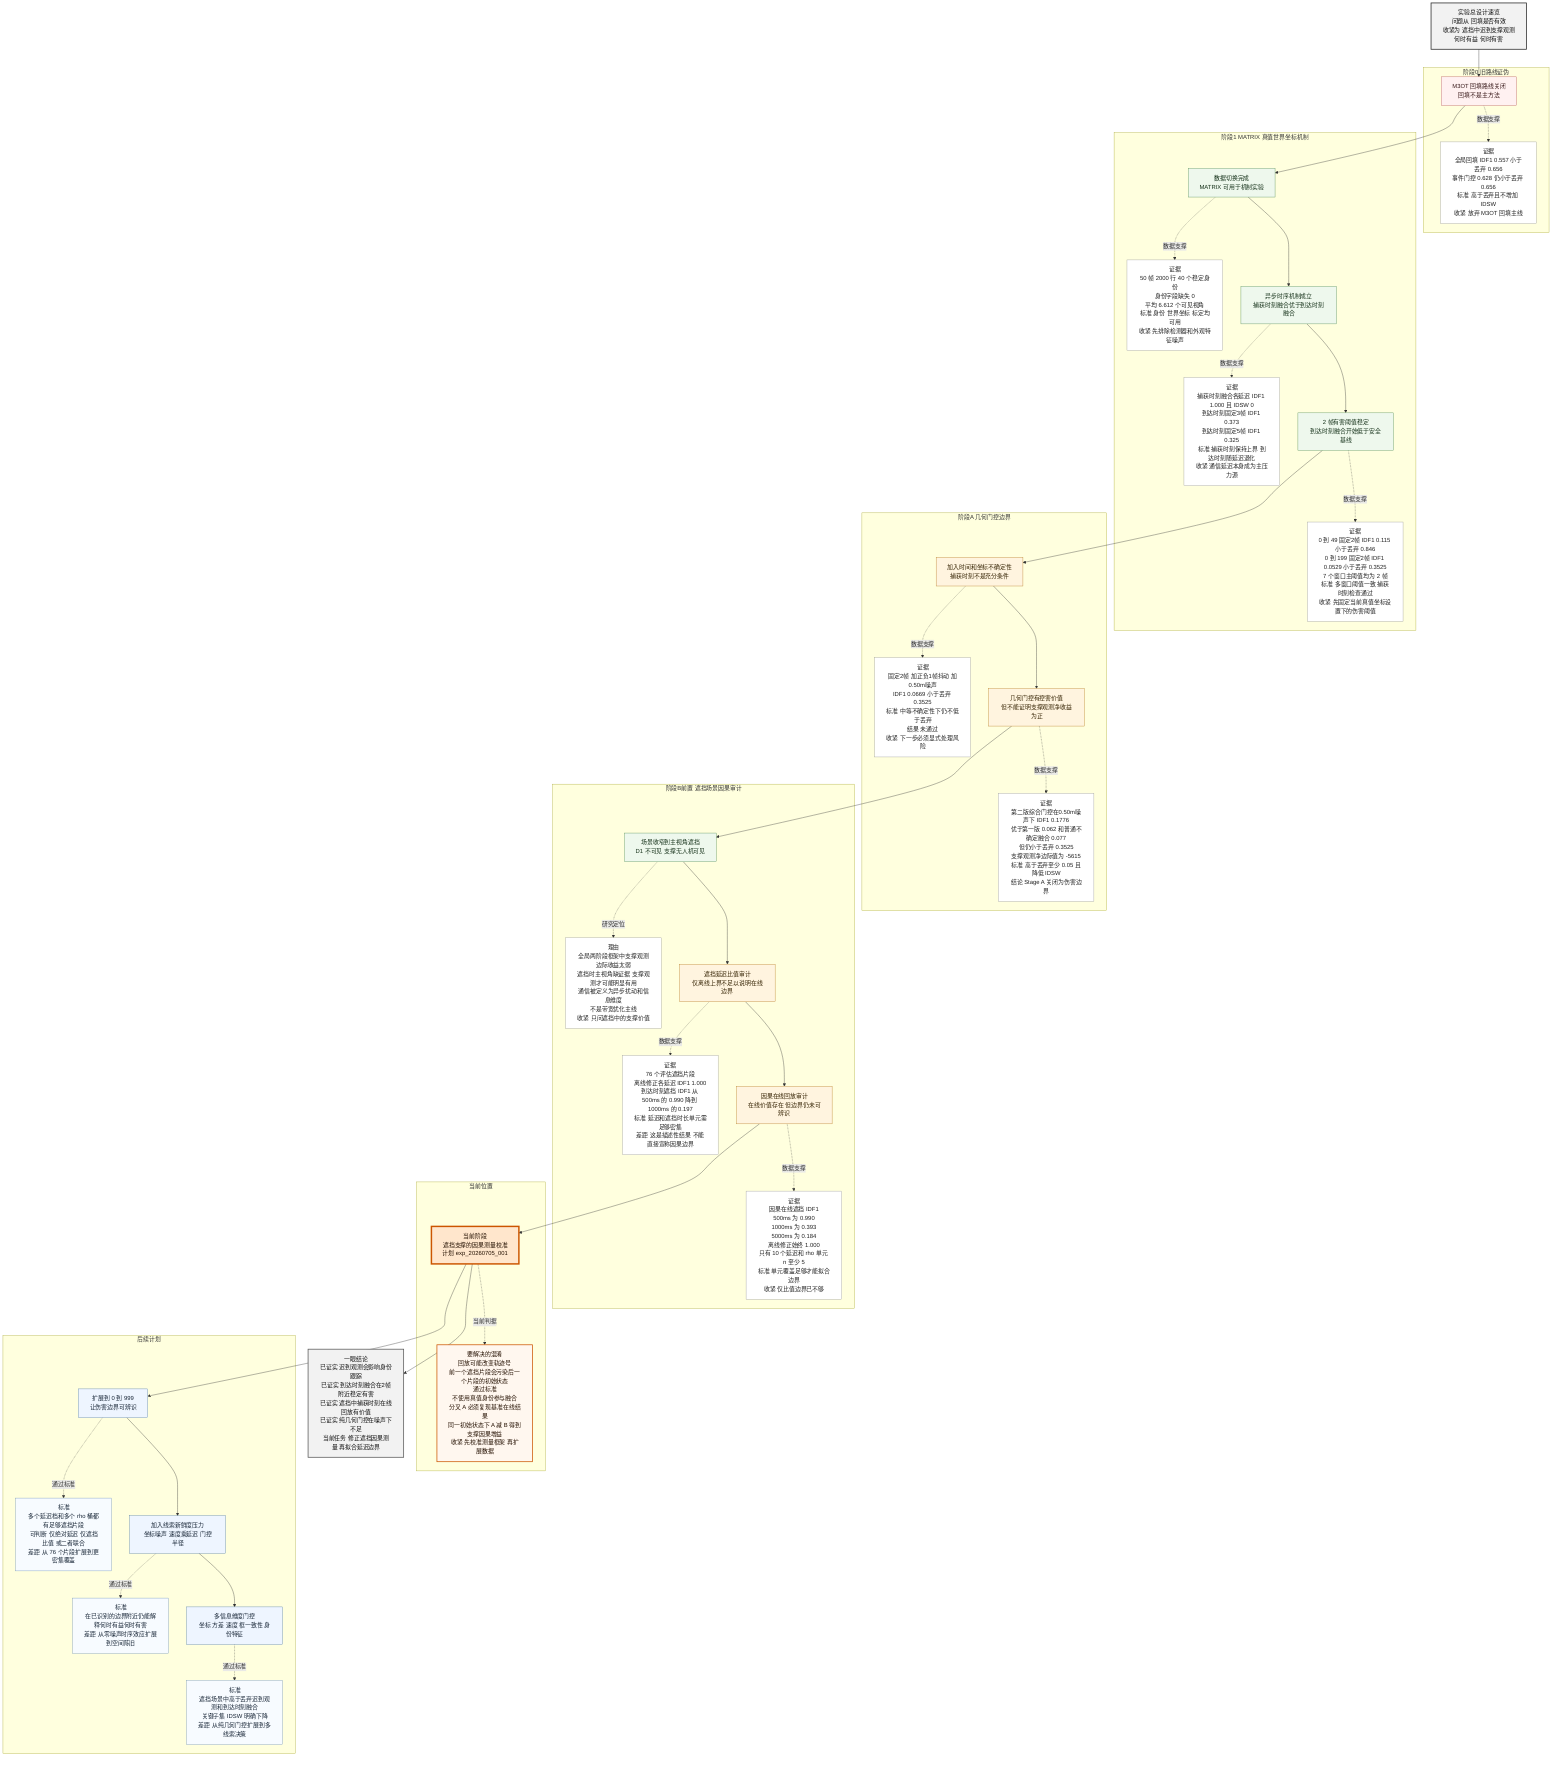
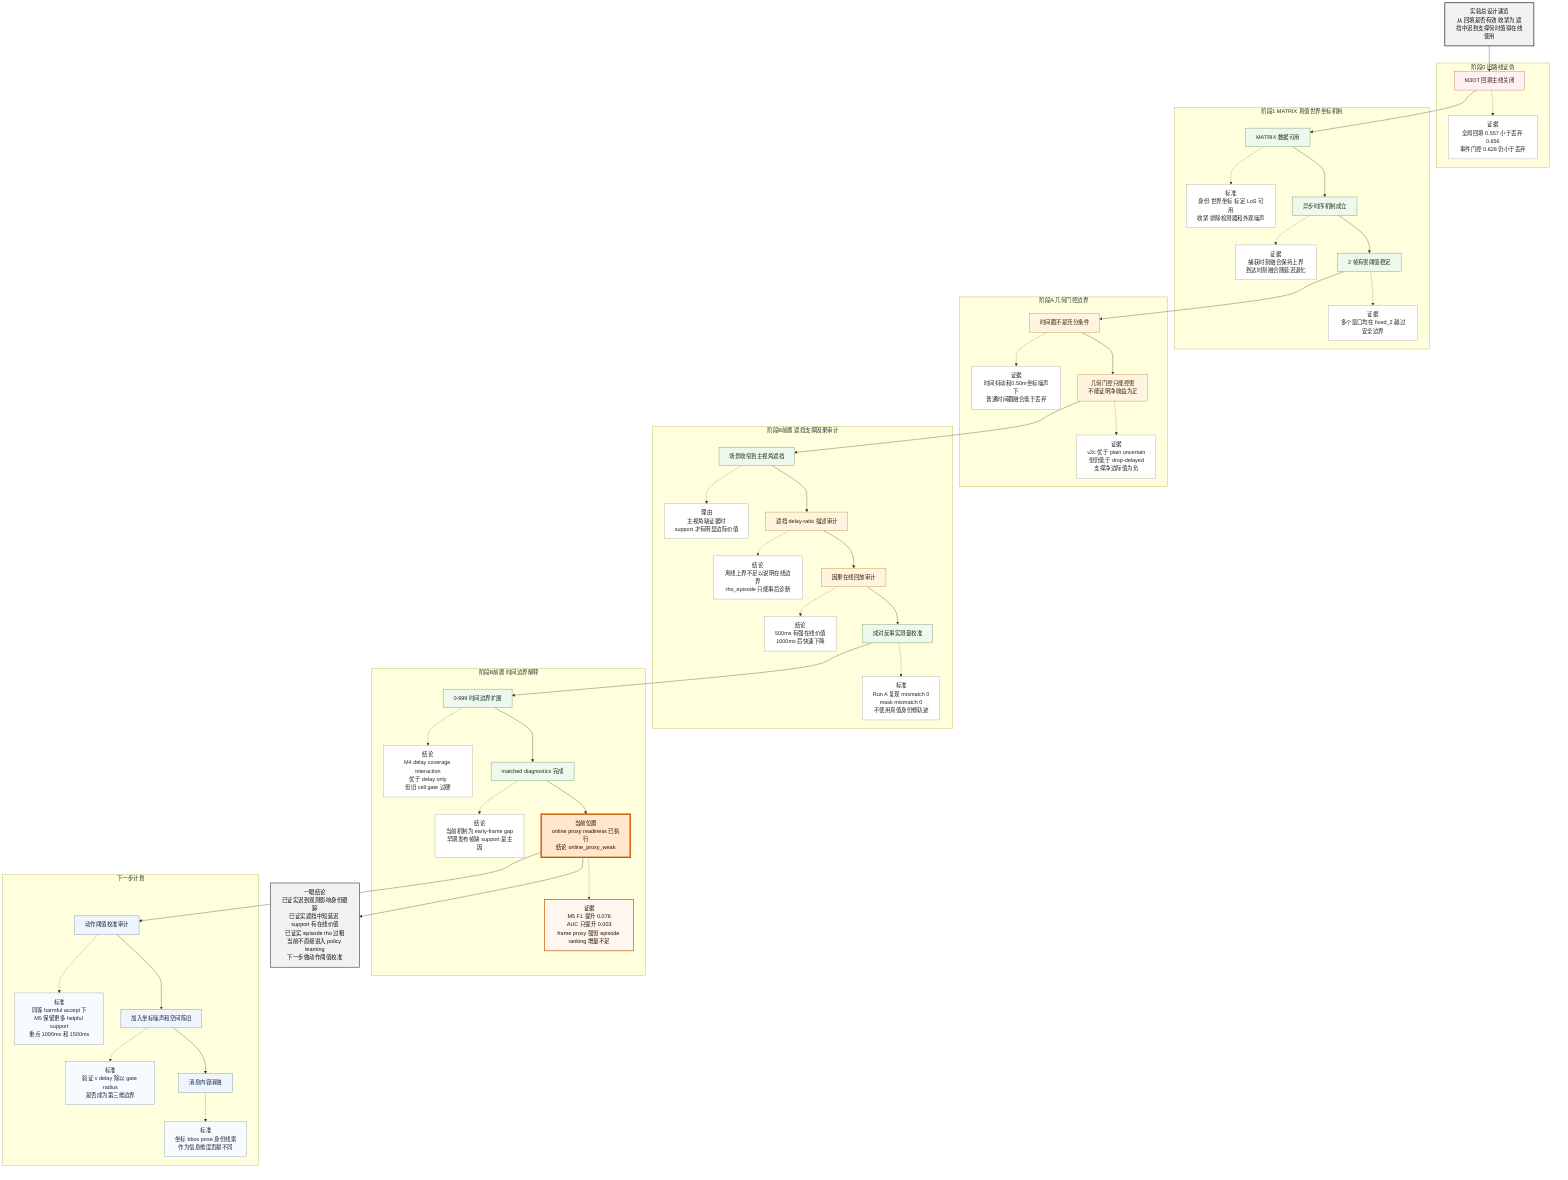
flowchart TD
-     TITLE["实验总设计速览<br>问题从 回填是否有效<br>收紧为 遮挡中迟到支撑观测何时有益 何时有害"]:::title
+     TITLE["实验总设计速览<br>从 回填是否有效 收紧为 遮挡中迟到支撑何时值得在线使用"]:::title

    TITLE --> S0

    subgraph G0["阶段0 旧路线证伪"]
-         S0["M3OT 回填路线关闭<br>回填不是主方法"]:::fail
-         E0["证据<br>全局回填 IDF1 0.557 小于丢弃 0.656<br>事件门控 0.628 仍小于丢弃 0.656<br>标准 高于丢弃且不增加 IDSW<br>收紧 放弃 M3OT 回填主线"]:::evidence
-         S0 -. 数据支撑 .-> E0
+         S0["M3OT 回填主线关闭"]:::fail
+         E0["证据<br>全局回填 0.557 小于丢弃 0.656<br>事件门控 0.628 仍小于丢弃"]:::evidence
+         S0 -.-> E0
    end

    S0 --> S1

    subgraph G1["阶段1 MATRIX 真值世界坐标机制"]
-         S1["数据切换完成<br>MATRIX 可用于机制实验"]:::pass
-         E1["证据<br>50 帧 2000 行 40 个稳定身份<br>身份字段缺失 0<br>平均 6.612 个可见视角<br>标准 身份 世界坐标 标定均可用<br>收紧 先排除检测器和外观特征噪声"]:::evidence
-         S1 -. 数据支撑 .-> E1
+         S1["MATRIX 数据可用"]:::pass
+         E1["标准<br>身份 世界坐标 标定 LoS 可用<br>收紧 排除检测器和外观噪声"]:::evidence
+         S1 -.-> E1

-         S2["异步时序机制成立<br>捕获时刻融合优于到达时刻融合"]:::pass
-         E2["证据<br>捕获时刻融合各延迟 IDF1 1.000 且 IDSW 0<br>到达时刻固定3帧 IDF1 0.373<br>到达时刻固定5帧 IDF1 0.325<br>标准 捕获时刻保持上界 到达时刻随延迟退化<br>收紧 通信延迟本身成为主压力源"]:::evidence
-         S2 -. 数据支撑 .-> E2
+         S2["异步时序机制成立"]:::pass
+         E2["证据<br>捕获时刻融合保持上界<br>到达时刻融合随延迟退化"]:::evidence
+         S2 -.-> E2

-         S3["2 帧有害阈值稳定<br>到达时刻融合开始低于安全基线"]:::pass
-         E3["证据<br>0 到 49 固定2帧 IDF1 0.115 小于丢弃 0.846<br>0 到 199 固定2帧 IDF1 0.0529 小于丢弃 0.3525<br>7 个窗口主阈值均为 2 帧<br>标准 多窗口阈值一致 捕获时刻检查通过<br>收紧 先固定当前真值坐标设置下的伤害阈值"]:::evidence
-         S3 -. 数据支撑 .-> E3
+         S3["2 帧有害阈值稳定"]:::pass
+         E3["证据<br>多个窗口均在 fixed_2 越过安全边界"]:::evidence
+         S3 -.-> E3
    end

    S1 --> S2
    S2 --> S3
    S3 --> S4

    subgraph G2["阶段A 几何门控边界"]
-         S4["加入时间和坐标不确定性<br>捕获时刻不是充分条件"]:::partial
-         E4["证据<br>固定2帧 加正负1帧抖动 加0.50m噪声<br>IDF1 0.0669 小于丢弃 0.3525<br>标准 中等不确定性下仍不低于丢弃<br>结果 未通过<br>收紧 下一步必须显式处理风险"]:::evidence
-         S4 -. 数据支撑 .-> E4
+         S4["时间戳不是充分条件"]:::partial
+         E4["证据<br>时间抖动和0.50m坐标噪声下<br>普通时间戳融合低于丢弃"]:::evidence
+         S4 -.-> E4

-         S5["几何门控有控害价值<br>但不能证明支撑观测净收益为正"]:::partial
-         E5["证据<br>第二版综合门控在0.50m噪声下 IDF1 0.1776<br>优于第一版 0.062 和普通不确定融合 0.077<br>但仍小于丢弃 0.3525<br>支撑观测净边际值为 -5615<br>标准 高于丢弃至少 0.05 且降低 IDSW<br>结论 Stage A 关闭为伤害边界"]:::evidence
-         S5 -. 数据支撑 .-> E5
+         S5["几何门控只能控害<br>不能证明净收益为正"]:::partial
+         E5["证据<br>v2c 优于 plain uncertain<br>但仍低于 drop-delayed<br>支撑净边际值为负"]:::evidence
+         S5 -.-> E5
    end

    S4 --> S5
    S5 --> S6

-     subgraph G3["阶段B前置 遮挡场景因果审计"]
-         S6["场景收窄到主视角遮挡<br>D1 不可见 支撑无人机可见"]:::pass
-         E6["理由<br>全局两阶段框架中支撑观测边际收益太弱<br>遮挡时主视角缺证据 支撑观测才可能明显有用<br>通信被定义为异步扰动和信息维度<br>不是带宽优化主线<br>收紧 只问遮挡中的支撑价值"]:::evidence
-         S6 -. 研究定位 .-> E6
+     subgraph G3["阶段B前置 遮挡支撑因果审计"]
+         S6["场景收窄到主视角遮挡"]:::pass
+         E6["理由<br>主视角缺证据时<br>support 才有明显边际价值"]:::evidence
+         S6 -.-> E6

-         S7["遮挡延迟比值审计<br>仅离线上界不足以说明在线边界"]:::partial
-         E7["证据<br>76 个评估遮挡片段<br>离线修正各延迟 IDF1 1.000<br>到达时刻遮挡 IDF1 从 500ms 的 0.990 降到 1000ms 的 0.197<br>标准 延迟和遮挡时长单元需足够密集<br>差距 这是描述性结果 不能直接宣称因果边界"]:::evidence
-         S7 -. 数据支撑 .-> E7
+         S7["遮挡 delay-ratio 描述审计"]:::partial
+         E7["结论<br>离线上界不足以说明在线边界<br>rho_episode 只能事后诊断"]:::evidence
+         S7 -.-> E7

-         S8["因果在线回放审计<br>在线价值存在 但边界仍未可辨识"]:::partial
-         E8["证据<br>因果在线遮挡 IDF1<br>500ms 为 0.990<br>1000ms 为 0.393<br>5000ms 为 0.184<br>离线修正始终 1.000<br>只有 10 个延迟和 rho 单元 n 至少 5<br>标准 单元覆盖足够才能拟合边界<br>收紧 仅比值边界已不够"]:::evidence
-         S8 -. 数据支撑 .-> E8
+         S8["因果在线回放审计"]:::partial
+         E8["结论<br>500ms 有强在线价值<br>1000ms 后快速下降"]:::evidence
+         S8 -.-> E8
+ 
+         S9["成对反事实测量校准"]:::pass
+         E9["标准<br>Run A 复现 mismatch 0<br>mask mismatch 0<br>不使用真值身份修轨迹"]:::evidence
+         S9 -.-> E9
    end

    S6 --> S7
    S7 --> S8
-     S8 --> CURRENT
+     S8 --> S9
+     S9 --> S10

-     subgraph G4["当前位置"]
-         CURRENT["当前阶段<br>遮挡支撑的因果测量校准<br>计划 exp_20260705_001"]:::current
-         EC["要解决的混淆<br>回放可能改变轨迹号<br>前一个遮挡片段会污染后一个片段的初始状态<br>通过标准<br>不使用真值身份参与融合<br>分叉 A 必须复现基准在线结果<br>同一初始状态下 A 减 B 得到支撑因果增益<br>收紧 先校准测量框架 再扩展数据"]:::currentEvidence
-         CURRENT -. 当前判据 .-> EC
+     subgraph G4["阶段B前置 时间边界解释"]
+         S10["0-999 时间边界扩展"]:::pass
+         E10["结论<br>M4 delay coverage interaction<br>优于 delay only<br>但旧 cell gate 过硬"]:::evidence
+         S10 -.-> E10
+ 
+         S11["matched diagnostics 完成"]:::pass
+         E11["结论<br>当前机制为 early-frame gap<br>早期发布帧缺 support 是主因"]:::evidence
+         S11 -.-> E11
+ 
+         CURRENT["当前位置<br>online proxy readiness 已执行<br>结论 online_proxy_weak"]:::current
+         EC["证据<br>M5 F1 提升 0.076<br>AUC 只提升 0.003<br>frame proxy 强但 episode ranking 增量不足"]:::currentEvidence
+         CURRENT -.-> EC
    end

+     S10 --> S11
+     S11 --> CURRENT
    CURRENT --> N1

-     subgraph G5["后续计划"]
-         N1["扩展到 0 到 999<br>让伤害边界可辨识"]:::plan
-         EN1["标准<br>多个延迟档和多个 rho 桶都有足够遮挡片段<br>可判断 仅绝对延迟 仅遮挡比值 或二者联合<br>差距 从 76 个片段扩展到更密集覆盖"]:::planEvidence
-         N1 -. 通过标准 .-> EN1
+     subgraph G5["下一步计划"]
+         N1["动作阈值校准审计"]:::plan
+         EN1["标准<br>同等 harmful accept 下<br>M5 保留更多 helpful support<br>重点 1000ms 和 1500ms"]:::planEvidence
+         N1 -.-> EN1

-         N2["加入线索新鲜度压力<br>坐标噪声 速度乘延迟 门控半径"]:::plan
-         EN2["标准<br>在已识别的边界附近仍能解释何时有益何时有害<br>差距 从零噪声时序效应扩展到空间陈旧"]:::planEvidence
-         N2 -. 通过标准 .-> EN2
+         N2["加入坐标噪声和空间陈旧"]:::plan
+         EN2["标准<br>验证 v delay 除以 gate radius<br>是否成为第三维边界"]:::planEvidence
+         N2 -.-> EN2

-         N3["多信息维度门控<br>坐标 方差 速度 框一致性 身份特征"]:::plan
-         EN3["标准<br>遮挡场景中高于丢弃迟到观测和到达时刻融合<br>关键子集 IDSW 明确下降<br>差距 从纯几何门控扩展到多线索决策"]:::planEvidence
-         N3 -. 通过标准 .-> EN3
+         N3["消息内容消融"]:::plan
+         EN3["标准<br>坐标 bbox pose 身份线索<br>作为信息维度贡献不同"]:::planEvidence
+         N3 -.-> EN3
    end

    N1 --> N2
    N2 --> N3

-     SUMMARY["一眼结论<br>已证实 迟到观测会影响身份跟踪<br>已证实 到达时刻融合在2帧附近稳定有害<br>已证实 遮挡中捕获时刻在线回放有价值<br>已证实 纯几何门控在噪声下不足<br>当前任务 修正遮挡因果测量 再拟合延迟边界"]:::summary
+     SUMMARY["一眼结论<br>已证实迟到观测影响身份跟踪<br>已证实遮挡中短延迟 support 有在线价值<br>已证实 episode rho 过粗<br>当前不直接进入 policy learning<br>下一步做动作阈值校准"]:::summary

    CURRENT --> SUMMARY

    classDef title fill:#f2f2f2,stroke:#222222,stroke-width:2px,color:#111111
    classDef pass fill:#eef8ed,stroke:#4f8a54,stroke-width:1px,color:#143018
    classDef fail fill:#fff1f1,stroke:#b65757,stroke-width:1px,color:#351616
    classDef partial fill:#fff4df,stroke:#b77a22,stroke-width:1px,color:#332100
    classDef current fill:#ffe6cc,stroke:#cc5500,stroke-width:4px,color:#241000
    classDef plan fill:#eef5ff,stroke:#4f78a8,stroke-width:1px,color:#172536
    classDef evidence fill:#ffffff,stroke:#999999,stroke-width:1px,color:#222222
    classDef currentEvidence fill:#fff7ef,stroke:#cc5500,stroke-width:2px,color:#241000
    classDef planEvidence fill:#f7fbff,stroke:#6f91b8,stroke-width:1px,color:#172536
    classDef summary fill:#f2f2f2,stroke:#555555,stroke-width:2px,color:#111111
